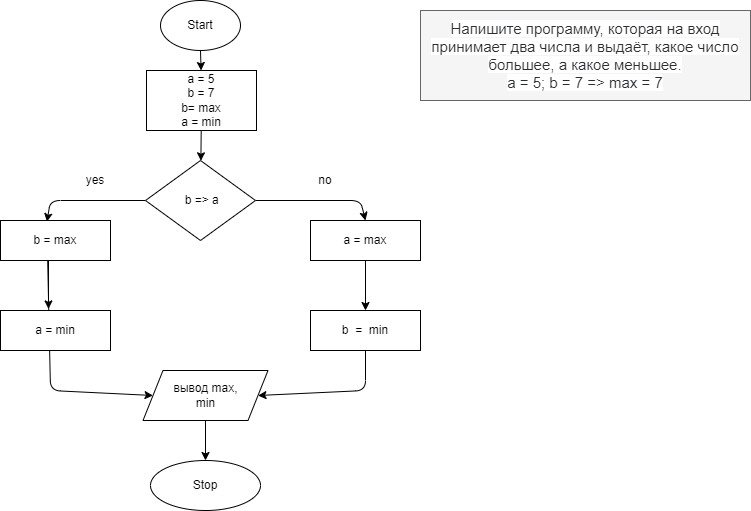
Before: Task001/diagram.drawio.png, a diagram exported from draw.io (DmitryKhomyakov/Tasks). Source tidied: cells renumbered, new cells last; positions are measured from the earlier drawing's top-left corner, leaving out a move shared by most shapes. The source it was exported from:
```xml
<mxGraphModel>
  <root>
    <mxCell id="0" />
    <mxCell id="1" parent="0" />
    <mxCell id="2" style="edgeStyle=none;html=1;" parent="1" edge="1" source="3" target="5">
      <mxGeometry relative="1" as="geometry" />
    </mxCell>
    <mxCell id="3" value="Start" style="ellipse;whiteSpace=wrap;html=1;" parent="1" vertex="1">
      <mxGeometry x="160" width="80" height="50" as="geometry" />
    </mxCell>
    <mxCell id="4" style="edgeStyle=none;html=1;" parent="1" edge="1" source="5" target="8">
      <mxGeometry relative="1" as="geometry" />
    </mxCell>
    <mxCell id="5" value="a = 5&lt;br&gt;b = 7&lt;br&gt;b= max&lt;br&gt;a = min" style="whiteSpace=wrap;html=1;" parent="1" vertex="1">
      <mxGeometry x="146" y="70" width="110" height="60" as="geometry" />
    </mxCell>
    <mxCell id="6" style="edgeStyle=none;html=1;entryX=0.5;entryY=0;entryDx=0;entryDy=0;" parent="1" edge="1" source="8" target="10">
      <mxGeometry relative="1" as="geometry">
        <Array as="points">
          <mxPoint x="360" y="200" />
        </Array>
      </mxGeometry>
    </mxCell>
    <mxCell id="7" style="edgeStyle=none;html=1;entryX=0.422;entryY=0.03;entryDx=0;entryDy=0;entryPerimeter=0;" parent="1" edge="1" source="8" target="12">
      <mxGeometry relative="1" as="geometry">
        <Array as="points">
          <mxPoint x="50" y="200" />
        </Array>
      </mxGeometry>
    </mxCell>
    <mxCell id="8" value="&amp;nbsp;b =&amp;gt; a" style="rhombus;whiteSpace=wrap;html=1;" parent="1" vertex="1">
      <mxGeometry x="145" y="160" width="110" height="80" as="geometry" />
    </mxCell>
    <mxCell id="9" style="edgeStyle=none;html=1;" parent="1" edge="1" source="10" target="21">
      <mxGeometry relative="1" as="geometry" />
    </mxCell>
    <mxCell id="10" value="a = max&lt;br&gt;" style="whiteSpace=wrap;html=1;" parent="1" vertex="1">
      <mxGeometry x="310" y="220" width="110" height="40" as="geometry" />
    </mxCell>
    <mxCell id="11" style="edgeStyle=none;html=1;entryX=0.436;entryY=-0.04;entryDx=0;entryDy=0;entryPerimeter=0;" parent="1" edge="1" target="20">
      <mxGeometry relative="1" as="geometry">
        <mxPoint x="48" y="260" as="sourcePoint" />
      </mxGeometry>
    </mxCell>
    <mxCell id="12" value="b = max&lt;br&gt;" style="whiteSpace=wrap;html=1;" parent="1" vertex="1">
      <mxGeometry y="220" width="110" height="40" as="geometry" />
    </mxCell>
    <mxCell id="13" value="no" style="text;html=1;strokeColor=none;fillColor=none;align=center;verticalAlign=middle;whiteSpace=wrap;rounded=0;" parent="1" vertex="1">
      <mxGeometry x="310" y="170" width="30" height="20" as="geometry" />
    </mxCell>
    <mxCell id="14" value="yes" style="text;html=1;strokeColor=none;fillColor=none;align=center;verticalAlign=middle;whiteSpace=wrap;rounded=0;" parent="1" vertex="1">
      <mxGeometry x="70" y="170" width="50" height="20" as="geometry" />
    </mxCell>
    <mxCell id="15" style="edgeStyle=none;html=1;entryX=0;entryY=0.5;entryDx=0;entryDy=0;exitX=0.429;exitY=1.01;exitDx=0;exitDy=0;exitPerimeter=0;" parent="1" edge="1" source="12" target="17">
      <mxGeometry relative="1" as="geometry">
        <Array as="points">
          <mxPoint x="50" y="390" />
        </Array>
      </mxGeometry>
    </mxCell>
    <mxCell id="16" style="edgeStyle=none;html=1;" parent="1" edge="1" source="17" target="18">
      <mxGeometry relative="1" as="geometry" />
    </mxCell>
    <mxCell id="17" value="вывод max,&lt;br&gt;min" style="shape=parallelogram;perimeter=parallelogramPerimeter;whiteSpace=wrap;html=1;fixedSize=1;" parent="1" vertex="1">
      <mxGeometry x="142.5" y="370" width="125" height="50" as="geometry" />
    </mxCell>
    <mxCell id="18" value="Stop" style="ellipse;whiteSpace=wrap;html=1;" parent="1" vertex="1">
      <mxGeometry x="150" y="460" width="110" height="50" as="geometry" />
    </mxCell>
    <mxCell id="19" value="&lt;span style=&quot;color: rgb(44 , 45 , 48) ; font-family: &amp;#34;roboto&amp;#34; , &amp;#34;san francisco&amp;#34; , &amp;#34;helvetica neue&amp;#34; , &amp;#34;helvetica&amp;#34; , &amp;#34;arial&amp;#34; ; font-size: 15px ; background-color: rgb(255 , 255 , 255)&quot;&gt;&lt;br&gt;Напишите программу, которая на вход принимает два числа и выдаёт, какое число большее, а какое меньшее.&lt;br&gt;&lt;/span&gt;&lt;span style=&quot;color: rgb(44 , 45 , 48) ; font-family: &amp;#34;roboto&amp;#34; , &amp;#34;san francisco&amp;#34; , &amp;#34;helvetica neue&amp;#34; , &amp;#34;helvetica&amp;#34; , &amp;#34;arial&amp;#34; ; font-size: 15px ; background-color: rgb(255 , 255 , 255)&quot;&gt;a = 5; b = 7 =&amp;gt; max = 7&lt;/span&gt;&lt;span style=&quot;color: rgb(44 , 45 , 48) ; font-family: &amp;#34;roboto&amp;#34; , &amp;#34;san francisco&amp;#34; , &amp;#34;helvetica neue&amp;#34; , &amp;#34;helvetica&amp;#34; , &amp;#34;arial&amp;#34; ; font-size: 15px ; background-color: rgb(255 , 255 , 255)&quot;&gt;&lt;br&gt;&lt;br&gt;&lt;/span&gt;" style="text;html=1;align=center;verticalAlign=middle;whiteSpace=wrap;rounded=0;fillColor=#f5f5f5;fontColor=#333333;strokeColor=#666666;" parent="1" vertex="1">
      <mxGeometry x="420" y="10" width="330" height="90" as="geometry" />
    </mxCell>
    <mxCell id="20" value="&lt;span&gt;a = min&lt;/span&gt;" style="rounded=0;whiteSpace=wrap;html=1;" parent="1" vertex="1">
      <mxGeometry y="310" width="110" height="40" as="geometry" />
    </mxCell>
    <mxCell id="21" value="&lt;span&gt;b&amp;nbsp; =&amp;nbsp; min&lt;/span&gt;" style="rounded=0;whiteSpace=wrap;html=1;" parent="1" vertex="1">
      <mxGeometry x="310" y="310" width="110" height="40" as="geometry" />
    </mxCell>
    <mxCell id="22" style="endArrow=classic;html=1;exitX=0.5;exitY=1;exitDx=0;exitDy=0;entryX=1;entryY=0.5;entryDx=0;entryDy=0;" parent="1" edge="1" source="21" target="17">
      <mxGeometry relative="1" as="geometry">
        <Array as="points">
          <mxPoint x="365" y="390" />
        </Array>
      </mxGeometry>
    </mxCell>
  </root>
</mxGraphModel>
```
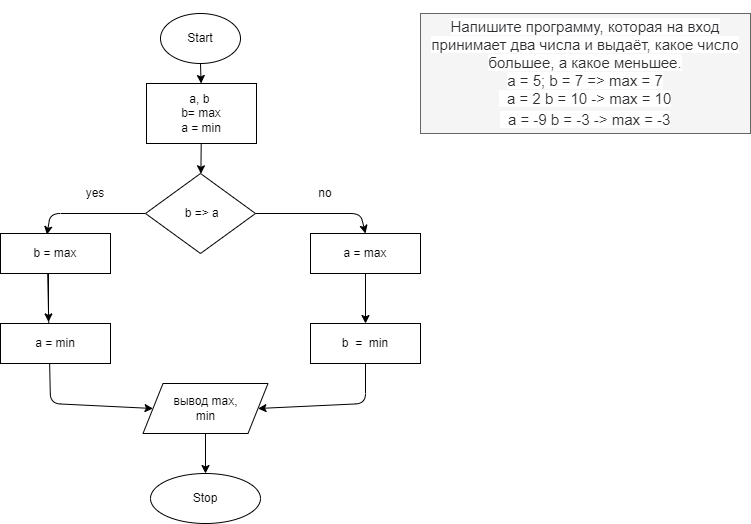
The same file after the commit.

What changed in the source:
```diff
@@ -11,7 +11,7 @@
     <mxCell id="4" style="edgeStyle=none;html=1;" parent="1" edge="1" source="5" target="8">
       <mxGeometry relative="1" as="geometry" />
     </mxCell>
-    <mxCell id="5" value="a = 5&lt;br&gt;b = 7&lt;br&gt;b= max&lt;br&gt;a = min" style="whiteSpace=wrap;html=1;" parent="1" vertex="1">
+    <mxCell id="5" value="a,&amp;nbsp;b&amp;nbsp;&lt;br&gt;b= max&lt;br&gt;a = min" style="whiteSpace=wrap;html=1;" parent="1" vertex="1">
       <mxGeometry x="146" y="70" width="110" height="60" as="geometry" />
     </mxCell>
     <mxCell id="6" style="edgeStyle=none;html=1;entryX=0.5;entryY=0;entryDx=0;entryDy=0;" parent="1" edge="1" source="8" target="10">
@@ -67,8 +67,8 @@
     <mxCell id="18" value="Stop" style="ellipse;whiteSpace=wrap;html=1;" parent="1" vertex="1">
       <mxGeometry x="150" y="460" width="110" height="50" as="geometry" />
     </mxCell>
-    <mxCell id="19" value="&lt;span style=&quot;color: rgb(44 , 45 , 48) ; font-family: &amp;#34;roboto&amp;#34; , &amp;#34;san francisco&amp;#34; , &amp;#34;helvetica neue&amp;#34; , &amp;#34;helvetica&amp;#34; , &amp;#34;arial&amp;#34; ; font-size: 15px ; background-color: rgb(255 , 255 , 255)&quot;&gt;&lt;br&gt;Напишите программу, которая на вход принимает два числа и выдаёт, какое число большее, а какое меньшее.&lt;br&gt;&lt;/span&gt;&lt;span style=&quot;color: rgb(44 , 45 , 48) ; font-family: &amp;#34;roboto&amp;#34; , &amp;#34;san francisco&amp;#34; , &amp;#34;helvetica neue&amp;#34; , &amp;#34;helvetica&amp;#34; , &amp;#34;arial&amp;#34; ; font-size: 15px ; background-color: rgb(255 , 255 , 255)&quot;&gt;a = 5; b = 7 =&amp;gt; max = 7&lt;/span&gt;&lt;span style=&quot;color: rgb(44 , 45 , 48) ; font-family: &amp;#34;roboto&amp;#34; , &amp;#34;san francisco&amp;#34; , &amp;#34;helvetica neue&amp;#34; , &amp;#34;helvetica&amp;#34; , &amp;#34;arial&amp;#34; ; font-size: 15px ; background-color: rgb(255 , 255 , 255)&quot;&gt;&lt;br&gt;&lt;br&gt;&lt;/span&gt;" style="text;html=1;align=center;verticalAlign=middle;whiteSpace=wrap;rounded=0;fillColor=#f5f5f5;fontColor=#333333;strokeColor=#666666;" parent="1" vertex="1">
-      <mxGeometry x="420" y="10" width="330" height="90" as="geometry" />
+    <mxCell id="19" value="&lt;span style=&quot;color: rgb(44 , 45 , 48) ; font-family: &amp;#34;roboto&amp;#34; , &amp;#34;san francisco&amp;#34; , &amp;#34;helvetica neue&amp;#34; , &amp;#34;helvetica&amp;#34; , &amp;#34;arial&amp;#34; ; font-size: 15px ; background-color: rgb(255 , 255 , 255)&quot;&gt;&lt;br&gt;Напишите программу, которая на вход принимает два числа и выдаёт, какое число большее, а какое меньшее.&lt;br&gt;&lt;/span&gt;&lt;span style=&quot;color: rgb(44 , 45 , 48) ; font-family: &amp;#34;roboto&amp;#34; , &amp;#34;san francisco&amp;#34; , &amp;#34;helvetica neue&amp;#34; , &amp;#34;helvetica&amp;#34; , &amp;#34;arial&amp;#34; ; font-size: 15px ; background-color: rgb(255 , 255 , 255)&quot;&gt;a = 5; b = 7 =&amp;gt; max = 7&lt;br&gt;&lt;/span&gt;&lt;span style=&quot;color: rgb(44 , 45 , 48) ; font-family: &amp;#34;roboto&amp;#34; , &amp;#34;san francisco&amp;#34; , &amp;#34;helvetica neue&amp;#34; , &amp;#34;helvetica&amp;#34; , &amp;#34;arial&amp;#34; ; font-size: 15px ; background-color: rgb(255 , 255 , 255)&quot;&gt;&amp;nbsp; a = 2 b = 10 -&amp;gt; max = 10&lt;/span&gt;&lt;br style=&quot;box-sizing: border-box ; color: rgb(44 , 45 , 48) ; font-family: &amp;#34;roboto&amp;#34; , &amp;#34;san francisco&amp;#34; , &amp;#34;helvetica neue&amp;#34; , &amp;#34;helvetica&amp;#34; , &amp;#34;arial&amp;#34; ; font-size: 15px ; background-color: rgb(255 , 255 , 255)&quot;&gt;&lt;span style=&quot;color: rgb(44 , 45 , 48) ; font-family: &amp;#34;roboto&amp;#34; , &amp;#34;san francisco&amp;#34; , &amp;#34;helvetica neue&amp;#34; , &amp;#34;helvetica&amp;#34; , &amp;#34;arial&amp;#34; ; font-size: 15px ; background-color: rgb(255 , 255 , 255)&quot;&gt;&amp;nbsp; a = -9 b = -3 -&amp;gt; max = -3&lt;/span&gt;&lt;span style=&quot;color: rgb(44 , 45 , 48) ; font-family: &amp;#34;roboto&amp;#34; , &amp;#34;san francisco&amp;#34; , &amp;#34;helvetica neue&amp;#34; , &amp;#34;helvetica&amp;#34; , &amp;#34;arial&amp;#34; ; font-size: 15px ; background-color: rgb(255 , 255 , 255)&quot;&gt;&lt;br&gt;&lt;br&gt;&lt;/span&gt;" style="text;html=1;align=center;verticalAlign=middle;whiteSpace=wrap;rounded=0;fillColor=#f5f5f5;fontColor=#333333;strokeColor=#666666;" parent="1" vertex="1">
+      <mxGeometry x="420" width="330" height="120" as="geometry" />
     </mxCell>
     <mxCell id="20" value="&lt;span&gt;a = min&lt;/span&gt;" style="rounded=0;whiteSpace=wrap;html=1;" parent="1" vertex="1">
       <mxGeometry y="310" width="110" height="40" as="geometry" />
```
